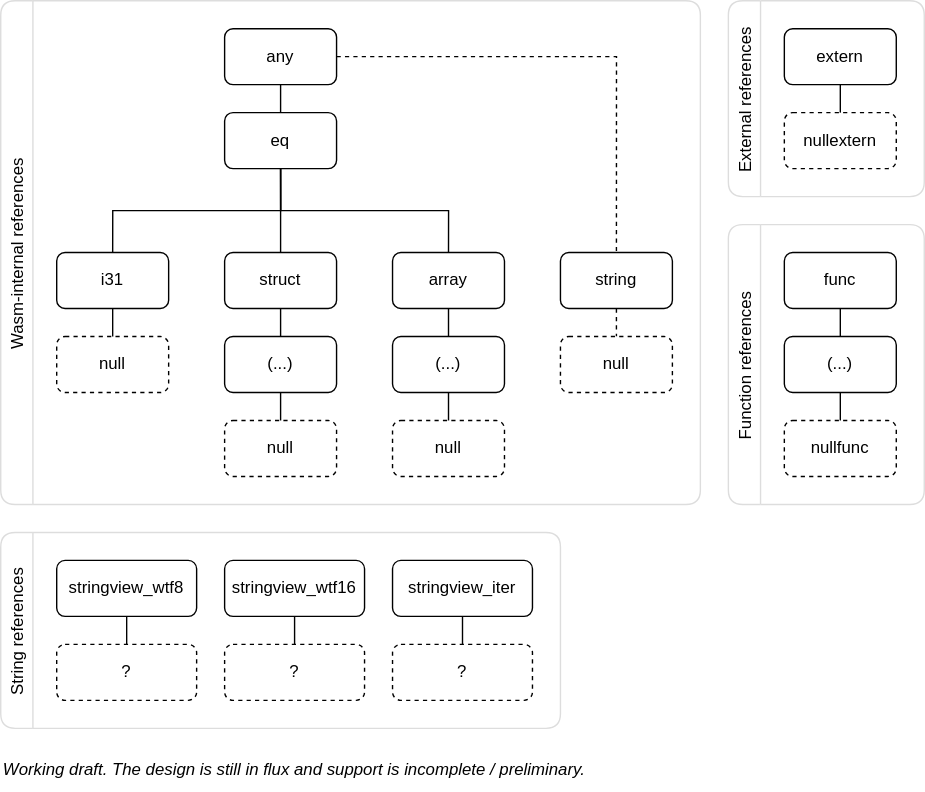
Earlier version of the draw.io export src/.vuepress/public/images/reference-hierarchy.svg (AssemblyScript/website). Source tidied: cells renumbered, new cells last; positions are measured from the earlier drawing's top-left corner, leaving out a move shared by most shapes.
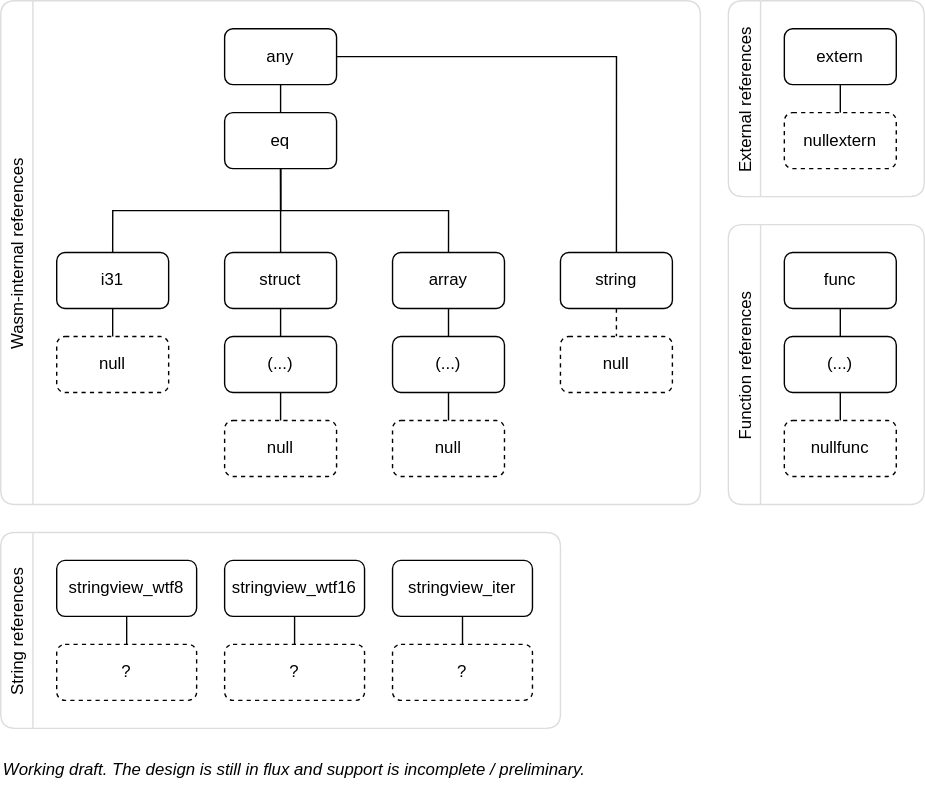
Above is the later version.

Commit message:
dashed to solid, as per v8

Change to the diagram source:
```diff
@@ -8,7 +8,7 @@
     <mxCell id="3" value="any" style="rounded=1;whiteSpace=wrap;html=1;strokeWidth=1;" parent="2" vertex="1">
       <mxGeometry x="160" y="20" width="80" height="40" as="geometry" />
     </mxCell>
-    <mxCell id="4" style="edgeStyle=orthogonalEdgeStyle;rounded=0;jettySize=auto;html=1;exitX=1;exitY=0.5;exitDx=0;exitDy=0;entryX=0.5;entryY=0;entryDx=0;entryDy=0;endArrow=none;endFill=0;dashed=1;" parent="2" edge="1" source="3" target="24">
+    <mxCell id="4" style="edgeStyle=orthogonalEdgeStyle;rounded=0;jettySize=auto;html=1;exitX=1;exitY=0.5;exitDx=0;exitDy=0;entryX=0.5;entryY=0;entryDx=0;entryDy=0;endArrow=none;endFill=0;" parent="2" edge="1" source="3" target="24">
       <mxGeometry relative="1" as="geometry" />
     </mxCell>
     <mxCell id="5" value="eq" style="rounded=1;whiteSpace=wrap;html=1;" parent="2" vertex="1">
```
